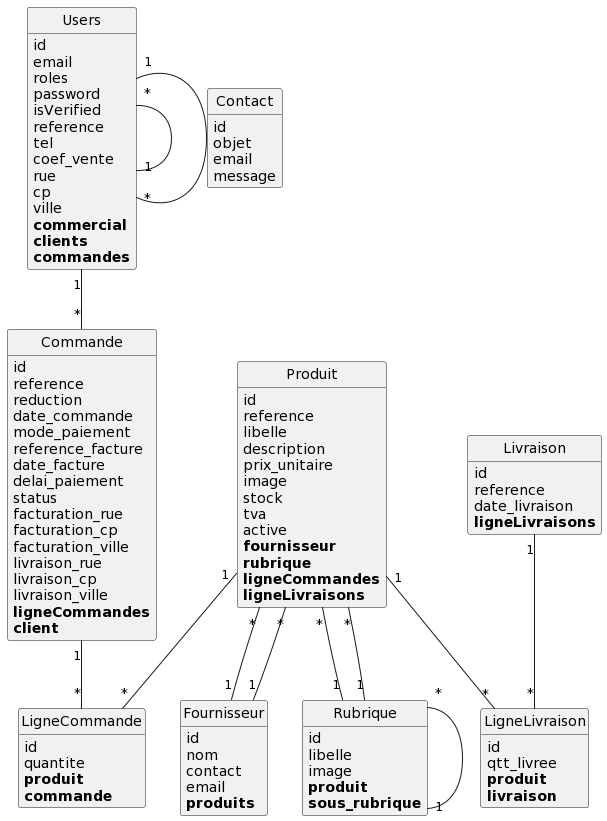
Above: puml/index.png in Tsuihakuwu/GreenVillage (PlantUML), before the change.
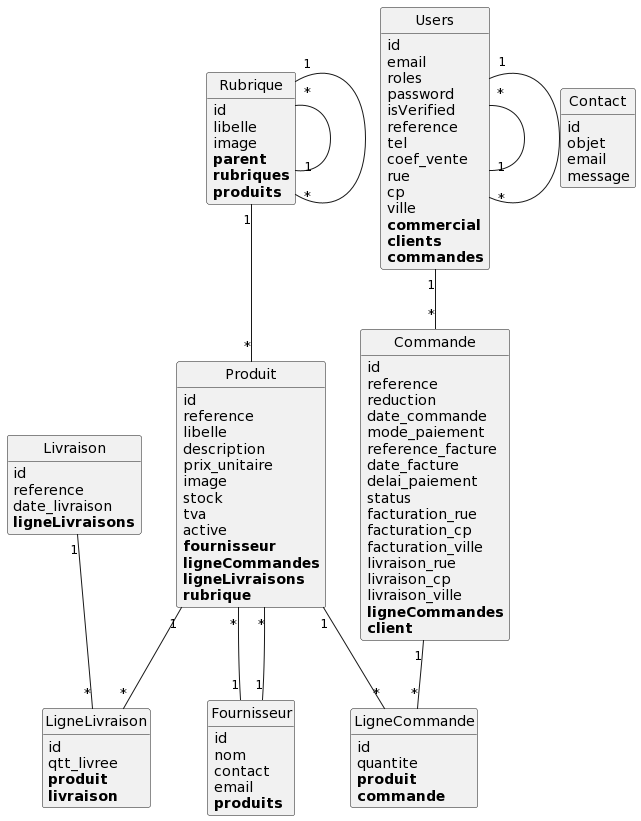
After the change.

The edit, as a diff of the source:
```diff
@@ -66,17 +66,18 @@
 	tva
 	active
 	**fournisseur**
-	**rubrique**
 	**ligneCommandes**
 	**ligneLivraisons**
+	**rubrique**
 }
 
 class Rubrique {
 	id
 	libelle
 	image
-	**produit**
-	**sous_rubrique**
+	**parent**
+	**rubriques**
+	**produits**
 }
 
 class Users {
@@ -100,11 +101,11 @@
 Fournisseur "1"--"*" Produit
 Livraison "1"--"*" LigneLivraison
 Produit "*"--"1" Fournisseur
-Produit "*"--"1" Rubrique
 Produit "1"--"*" LigneCommande
 Produit "1"--"*" LigneLivraison
+Rubrique "*"--"1" Rubrique
+Rubrique "1"--"*" Rubrique
 Rubrique "1"--"*" Produit
-Rubrique "*"--"1" Rubrique
 Users "*"--"1" Users
 Users "1"--"*" Users
 Users "1"--"*" Commande
```
